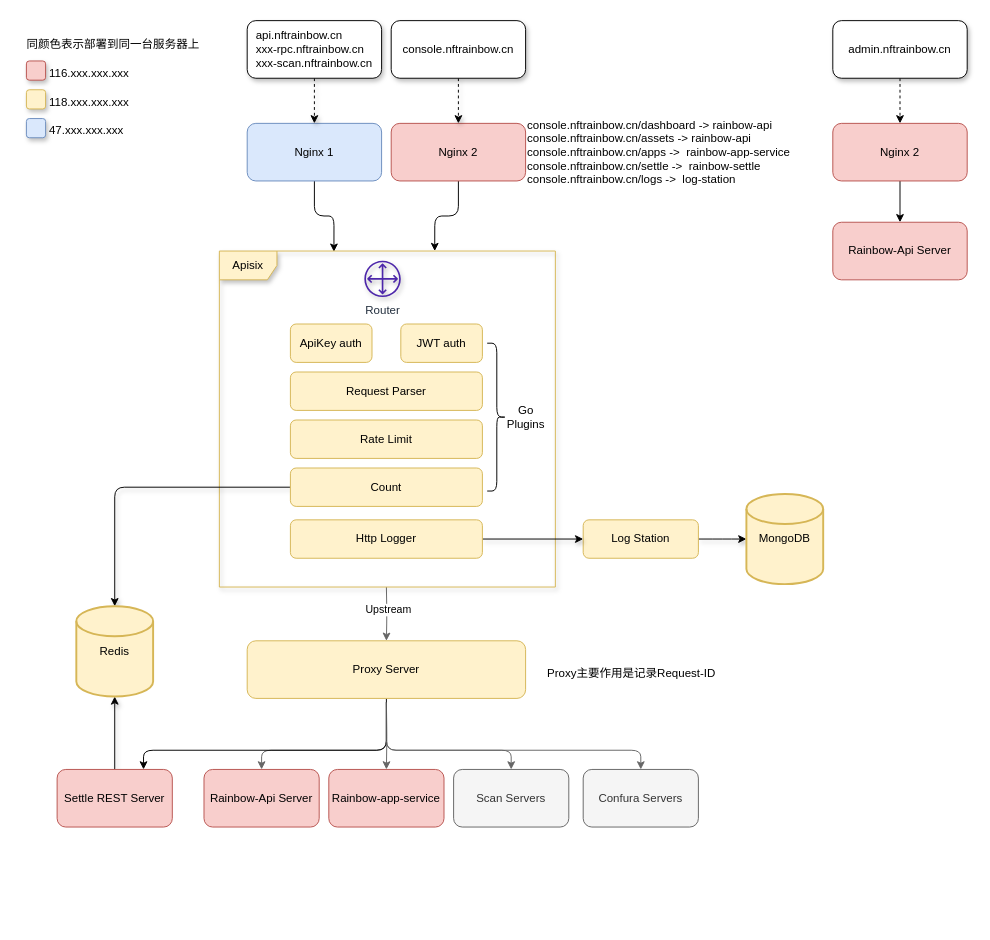
Before: doc/fiat-gateway.drawio in nft-rainbow/rainbow-apisix, a draw.io diagram. Source tidied: cells renumbered, new cells numbered last; positions are measured from the earlier drawing's top-left corner, leaving out a move shared by most shapes. Both pictures are drawn from the tidied source at 96%, with x=0, y=0 at pixel (16, 20).
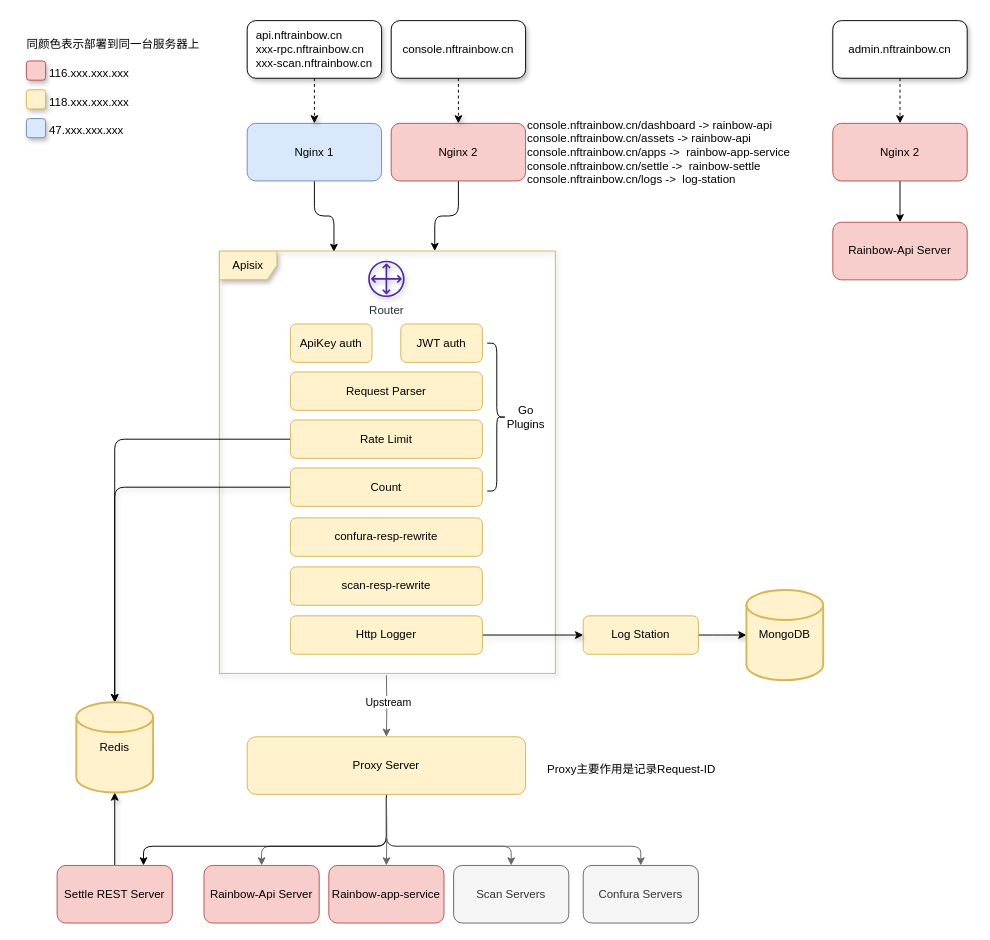
The same page after the edit.

The change refers to these unchanged cells:
```xml
<mxCell id="17" value="Rate Limit" style="rounded=1;whiteSpace=wrap;html=1;fillColor=#fff2cc;strokeColor=#d6b656;" parent="1" vertex="1">
  <mxGeometry x="285" y="416" width="200" height="40" as="geometry" />
</mxCell>
```

Diff of the diagram source:
```diff
@@
     <mxCell id="2" value="Rainbow-Api Server" style="rounded=1;whiteSpace=wrap;html=1;fillColor=#f8cecc;strokeColor=#b85450;" parent="1" vertex="1">
-      <mxGeometry x="195" y="780" width="120" height="60" as="geometry" />
+      <mxGeometry x="195" y="880" width="120" height="60" as="geometry" />
     </mxCell>
     <mxCell id="3" value="Scan Servers" style="rounded=1;whiteSpace=wrap;html=1;fillColor=#f5f5f5;strokeColor=#666666;fontColor=#333333;" parent="1" vertex="1">
-      <mxGeometry x="455" y="780" width="120" height="60" as="geometry" />
+      <mxGeometry x="455" y="880" width="120" height="60" as="geometry" />
     </mxCell>
     <mxCell id="4" value="Rainbow-app-service" style="rounded=1;whiteSpace=wrap;html=1;fillColor=#f8cecc;strokeColor=#b85450;" parent="1" vertex="1">
-      <mxGeometry x="325" y="780" width="120" height="60" as="geometry" />
+      <mxGeometry x="325" y="880" width="120" height="60" as="geometry" />
     </mxCell>
     <mxCell id="5" style="edgeStyle=orthogonalEdgeStyle;rounded=1;jettySize=auto;html=1;fillColor=#f5f5f5;strokeColor=#666666;" parent="1" edge="1" target="4">
       <mxGeometry relative="1" as="geometry">
-        <mxPoint x="385" y="710" as="sourcePoint" />
+        <mxPoint x="385" y="810" as="sourcePoint" />
       </mxGeometry>
     </mxCell>
-    <mxCell id="6" style="edgeStyle=orthogonalEdgeStyle;rounded=1;jettySize=auto;html=1;fillColor=#f5f5f5;strokeColor=#666666;" parent="1" edge="1" target="13">
+    <mxCell id="6" style="edgeStyle=orthogonalEdgeStyle;rounded=1;jettySize=auto;html=1;fillColor=#f5f5f5;strokeColor=#666666;exitX=0.497;exitY=1.005;exitDx=0;exitDy=0;exitPerimeter=0;" parent="1" edge="1" target="13">
       <mxGeometry relative="1" as="geometry">
-        <mxPoint x="385" y="590" as="sourcePoint" />
+        <mxPoint x="385" y="682" as="sourcePoint" />
       </mxGeometry>
     </mxCell>
@@
     <mxCell id="10" style="edgeStyle=orthogonalEdgeStyle;rounded=1;jettySize=auto;html=1;entryX=0.5;entryY=0;entryDx=0;entryDy=0;exitX=0.5;exitY=1;exitDx=0;exitDy=0;fillColor=#f5f5f5;strokeColor=#666666;" parent="1" edge="1" target="2">
       <mxGeometry relative="1" as="geometry">
-        <mxPoint x="385" y="710" as="sourcePoint" />
+        <mxPoint x="385" y="810" as="sourcePoint" />
         <Array as="points">
-          <mxPoint x="385" y="760" />
-          <mxPoint x="255" y="760" />
+          <mxPoint x="385" y="860" />
+          <mxPoint x="255" y="860" />
         </Array>
       </mxGeometry>
     </mxCell>
     <mxCell id="11" style="edgeStyle=orthogonalEdgeStyle;rounded=1;jettySize=auto;html=1;entryX=0.5;entryY=0;entryDx=0;entryDy=0;exitX=0.5;exitY=1;exitDx=0;exitDy=0;fillColor=#f5f5f5;strokeColor=#666666;" parent="1" edge="1" target="3">
       <mxGeometry relative="1" as="geometry">
-        <mxPoint x="385" y="710" as="sourcePoint" />
+        <mxPoint x="385" y="810" as="sourcePoint" />
         <Array as="points">
-          <mxPoint x="385" y="760" />
-          <mxPoint x="515" y="760" />
+          <mxPoint x="385" y="860" />
+          <mxPoint x="515" y="860" />
         </Array>
       </mxGeometry>
     </mxCell>
     <mxCell id="12" style="edgeStyle=orthogonalEdgeStyle;rounded=1;jettySize=auto;html=1;shadow=0;entryX=0.75;entryY=0;entryDx=0;entryDy=0;exitX=0.5;exitY=1;exitDx=0;exitDy=0;" parent="1" edge="1" source="13" target="27">
       <mxGeometry relative="1" as="geometry">
         <Array as="points">
-          <mxPoint x="385" y="760" />
-          <mxPoint x="132" y="760" />
+          <mxPoint x="385" y="860" />
+          <mxPoint x="132" y="860" />
         </Array>
       </mxGeometry>
     </mxCell>
     <mxCell id="13" value="Proxy Server" style="rounded=1;whiteSpace=wrap;html=1;fillColor=#fff2cc;strokeColor=#d6b656;" parent="1" vertex="1">
-      <mxGeometry x="240" y="646" width="290" height="60" as="geometry" />
+      <mxGeometry x="240" y="746" width="290" height="60" as="geometry" />
     </mxCell>
     <mxCell id="14" value="Apisix" style="shape=umlFrame;whiteSpace=wrap;html=1;shadow=1;fillColor=#fff2cc;strokeColor=#d6b656;rounded=1;" parent="1" vertex="1">
-      <mxGeometry x="211" y="240" width="350" height="350" as="geometry" />
+      <mxGeometry x="211" y="240" width="350" height="440" as="geometry" />
     </mxCell>
@@
+    <mxCell id="54" style="edgeStyle=orthogonalEdgeStyle;rounded=1;jettySize=auto;html=1;entryX=0.5;entryY=0;entryDx=0;entryDy=0;entryPerimeter=0;" parent="1" edge="1" source="17" target="53">
+      <mxGeometry relative="1" as="geometry" />
+    </mxCell>
@@
     <mxCell id="27" value="Settle REST Server" style="rounded=1;whiteSpace=wrap;html=1;fillColor=#f8cecc;strokeColor=#b85450;" parent="1" vertex="1">
-      <mxGeometry x="42" y="780" width="120" height="60" as="geometry" />
+      <mxGeometry x="42" y="880" width="120" height="60" as="geometry" />
     </mxCell>
     <mxCell id="28" style="edgeStyle=orthogonalEdgeStyle;rounded=1;jettySize=auto;html=1;shadow=1;" parent="1" edge="1" source="29">
       <mxGeometry relative="1" as="geometry">
-        <mxPoint x="760" y="540" as="targetPoint" />
+        <mxPoint x="760" y="640" as="targetPoint" />
       </mxGeometry>
     </mxCell>
     <mxCell id="29" value="Log Station" style="rounded=1;whiteSpace=wrap;html=1;fillColor=#fff2cc;strokeColor=#d6b656;" parent="1" vertex="1">
-      <mxGeometry x="590" y="520" width="120" height="40" as="geometry" />
+      <mxGeometry x="590" y="620" width="120" height="40" as="geometry" />
     </mxCell>
@@
     <mxCell id="31" value="Http Logger" style="rounded=1;whiteSpace=wrap;html=1;fillColor=#fff2cc;strokeColor=#d6b656;" parent="1" vertex="1">
-      <mxGeometry x="285" y="520" width="200" height="40" as="geometry" />
+      <mxGeometry x="285" y="620" width="200" height="40" as="geometry" />
     </mxCell>
@@
     <mxCell id="33" value="Confura Servers" style="rounded=1;whiteSpace=wrap;html=1;fillColor=#f5f5f5;strokeColor=#666666;fontColor=#333333;" parent="1" vertex="1">
-      <mxGeometry x="590" y="780" width="120" height="60" as="geometry" />
+      <mxGeometry x="590" y="880" width="120" height="60" as="geometry" />
     </mxCell>
     <mxCell id="34" style="edgeStyle=orthogonalEdgeStyle;rounded=1;jettySize=auto;html=1;entryX=0.5;entryY=0;entryDx=0;entryDy=0;exitX=0.5;exitY=1;exitDx=0;exitDy=0;fillColor=#f5f5f5;strokeColor=#666666;" parent="1" edge="1" target="33">
       <mxGeometry relative="1" as="geometry">
-        <mxPoint x="385" y="710" as="sourcePoint" />
+        <mxPoint x="385" y="810" as="sourcePoint" />
         <Array as="points">
-          <mxPoint x="385" y="760" />
-          <mxPoint x="650" y="760" />
+          <mxPoint x="385" y="860" />
+          <mxPoint x="650" y="860" />
         </Array>
       </mxGeometry>
     </mxCell>
@@
     <mxCell id="36" value="Router" style="fontColor=#232F3E;gradientColor=none;fillColor=#4D27AA;strokeColor=none;dashed=0;verticalLabelPosition=bottom;verticalAlign=top;align=center;html=1;fontSize=12;fontStyle=0;shape=mxgraph.aws4.customer_gateway;shadow=1;rounded=1;" parent="1" vertex="1">
-      <mxGeometry x="362" y="250" width="38" height="38" as="geometry" />
+      <mxGeometry x="366" y="250" width="38" height="38" as="geometry" />
     </mxCell>
     <mxCell id="37" value="Proxy主要作用是记录Request-ID" style="text;html=1;align=center;verticalAlign=middle;strokeColor=none;fillColor=none;rounded=1;" parent="1" vertex="1">
-      <mxGeometry x="540" y="665" width="200" height="30" as="geometry" />
+      <mxGeometry x="540" y="765" width="200" height="30" as="geometry" />
     </mxCell>
@@
     <mxCell id="52" value="MongoDB" style="strokeWidth=2;html=1;shape=mxgraph.flowchart.database;whiteSpace=wrap;fillColor=#fff2cc;strokeColor=#d6b656;" parent="1" vertex="1">
-      <mxGeometry x="760" y="493" width="80" height="94" as="geometry" />
+      <mxGeometry x="760" y="593" width="80" height="94" as="geometry" />
     </mxCell>
     <mxCell id="53" value="Redis" style="strokeWidth=2;html=1;shape=mxgraph.flowchart.database;whiteSpace=wrap;fillColor=#fff2cc;strokeColor=#d6b656;" parent="1" vertex="1">
-      <mxGeometry x="62" y="610" width="80" height="94" as="geometry" />
+      <mxGeometry x="62" y="710" width="80" height="94" as="geometry" />
     </mxCell>
+    <mxCell id="55" value="confura-resp-rewrite" style="rounded=1;whiteSpace=wrap;html=1;fillColor=#fff2cc;strokeColor=#d6b656;" parent="1" vertex="1">
+      <mxGeometry x="285" y="518" width="200" height="40" as="geometry" />
+    </mxCell>
+    <mxCell id="56" value="scan-resp-rewrite" style="rounded=1;whiteSpace=wrap;html=1;fillColor=#fff2cc;strokeColor=#d6b656;" parent="1" vertex="1">
+      <mxGeometry x="285" y="569" width="200" height="40" as="geometry" />
+    </mxCell>
```
